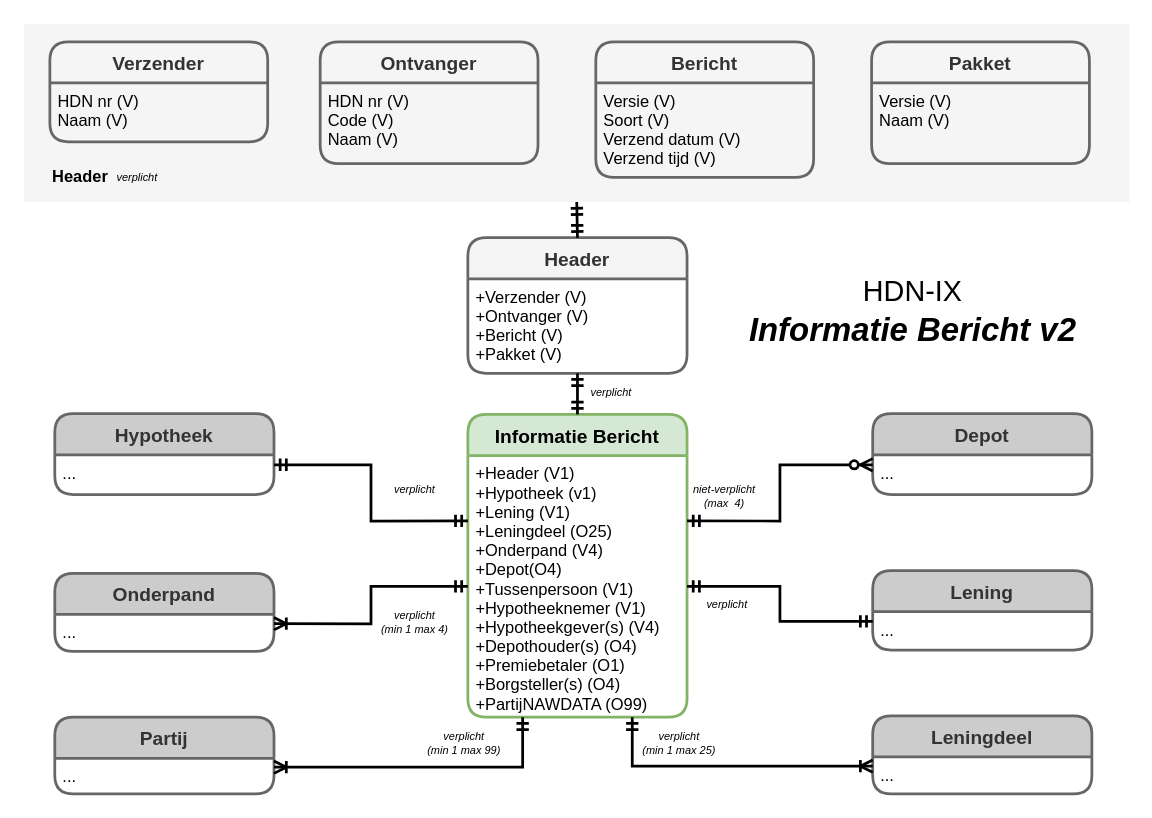
Before: page "IX" (2 of 8) of 3rdParty-HDN.drawio in luchthandel/diagrams, a draw.io diagram. Source tidied: cells renumbered, new cells numbered last; positions are measured from the earlier drawing's top-left corner, leaving out a move shared by most shapes. Both pictures are drawn from the tidied source at 137%, with x=0, y=0 at pixel (23, 23).
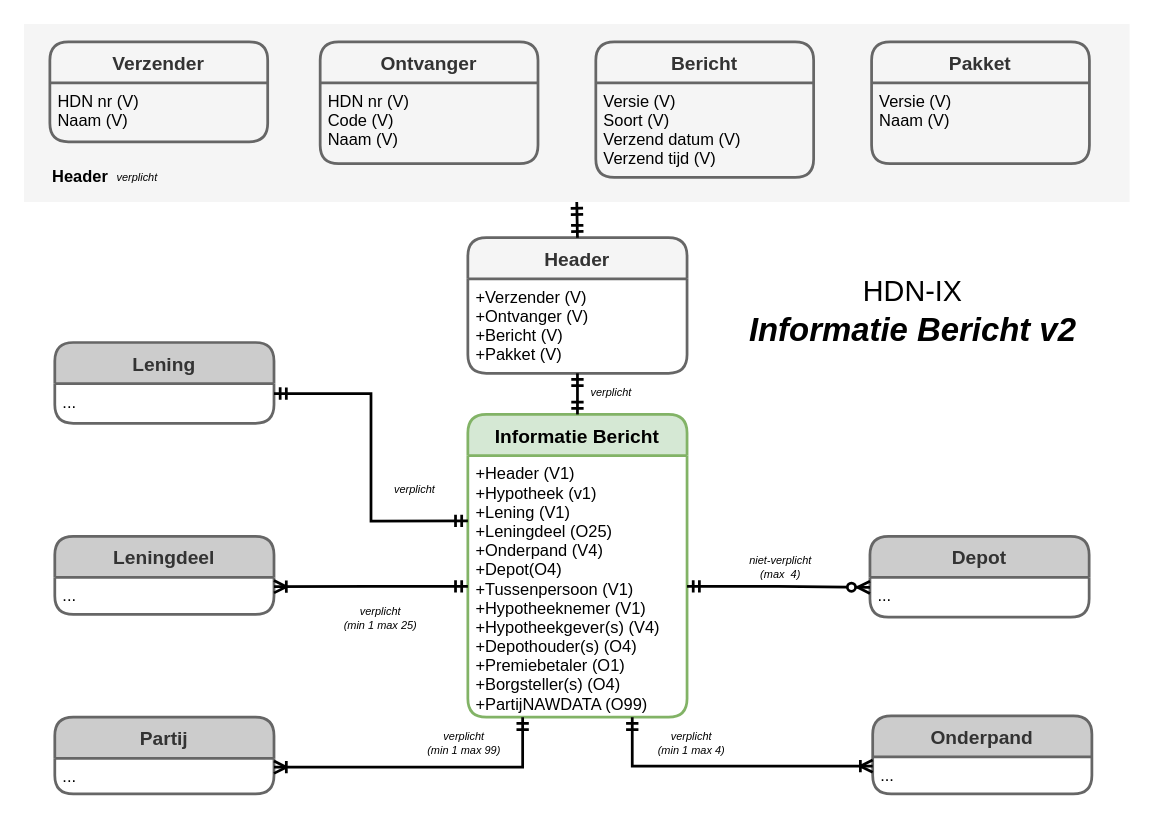
Above is the later version.

The change refers to these unchanged cells:
```xml
<mxCell id="3" value="+Header (V1)&#10;+Hypotheek (v1)&#10;+Lening (V1)&#10;+Leningdeel (O25)&#10;+Onderpand (V4)&#10;+Depot(O4)&#10;+Tussenpersoon (V1)&#10;+Hypotheeknemer (V1)&#10;+Hypotheekgever(s) (V4)&#10;+Depothouder(s) (O4)&#10;+Premiebetaler (O1)&#10;+Borgsteller(s) (O4)&#10;+PartijNAWDATA (O99)" style="align=left;strokeColor=none;fillColor=none;spacingLeft=4;fontSize=12;verticalAlign=top;" parent="2" vertex="1">
  <mxGeometry y="30" width="160" height="191" as="geometry" />
</mxCell>
<mxCell id="10" value="..." style="align=left;strokeColor=none;fillColor=none;spacingLeft=4;fontSize=12;verticalAlign=top;" parent="9" vertex="1">
  <mxGeometry y="30" width="160" height="29" as="geometry" />
</mxCell>
```

What changed in the source:
```diff
@@
-    <mxCell id="7" value="Hypotheek" style="swimlane;horizontal=1;startSize=30;fillColor=#CCCCCC;rounded=1;fontSize=14;fontStyle=1;strokeWidth=2;shadow=0;dashed=0;align=center;strokeColor=#666666;fontColor=#333333;" parent="1" vertex="1">
-      <mxGeometry x="22.5" y="284.5" width="160" height="59" as="geometry" />
+    <mxCell id="7" value="Lening" style="swimlane;horizontal=1;startSize=30;fillColor=#CCCCCC;rounded=1;fontSize=14;fontStyle=1;strokeWidth=2;shadow=0;dashed=0;align=center;strokeColor=#666666;fontColor=#333333;" parent="1" vertex="1">
+      <mxGeometry x="22.5" y="232.5" width="160" height="59" as="geometry" />
     </mxCell>
@@
     <mxCell id="9" value="Depot" style="swimlane;horizontal=1;startSize=30;fillColor=#CCCCCC;rounded=1;fontSize=14;fontStyle=1;strokeWidth=2;shadow=0;dashed=0;align=center;strokeColor=#666666;fontColor=#333333;" parent="1" vertex="1">
-      <mxGeometry x="619.5" y="284.5" width="160" height="59" as="geometry" />
+      <mxGeometry x="617.5" y="374" width="160" height="59" as="geometry" />
     </mxCell>
@@
-    <mxCell id="11" value="Onderpand" style="swimlane;horizontal=1;startSize=30;fillColor=#CCCCCC;rounded=1;fontSize=14;fontStyle=1;strokeWidth=2;shadow=0;dashed=0;align=center;strokeColor=#666666;fontColor=#333333;" parent="1" vertex="1">
-      <mxGeometry x="22.5" y="401" width="160" height="57" as="geometry" />
+    <mxCell id="11" value="Leningdeel" style="swimlane;horizontal=1;startSize=30;fillColor=#CCCCCC;rounded=1;fontSize=14;fontStyle=1;strokeWidth=2;shadow=0;dashed=0;align=center;strokeColor=#666666;fontColor=#333333;" parent="1" vertex="1">
+      <mxGeometry x="22.5" y="374" width="160" height="57" as="geometry" />
     </mxCell>
@@
-    <mxCell id="13" value="Lening" style="swimlane;horizontal=1;startSize=30;fillColor=#CCCCCC;rounded=1;fontSize=14;fontStyle=1;strokeWidth=2;shadow=0;dashed=0;align=center;strokeColor=#666666;fontColor=#333333;" parent="1" vertex="1">
-      <mxGeometry x="619.5" y="399" width="160" height="58" as="geometry" />
-    </mxCell>
-    <mxCell id="14" value="..." style="align=left;strokeColor=none;fillColor=none;spacingLeft=4;fontSize=12;verticalAlign=top;" parent="13" vertex="1">
-      <mxGeometry y="30" width="160" height="28" as="geometry" />
-    </mxCell>
-    <mxCell id="15" value="Leningdeel" style="swimlane;horizontal=1;startSize=30;fillColor=#CCCCCC;rounded=1;fontSize=14;fontStyle=1;strokeWidth=2;shadow=0;dashed=0;align=center;strokeColor=#666666;fontColor=#333333;" parent="1" vertex="1">
+    <mxCell id="15" value="Onderpand" style="swimlane;horizontal=1;startSize=30;fillColor=#CCCCCC;rounded=1;fontSize=14;fontStyle=1;strokeWidth=2;shadow=0;dashed=0;align=center;strokeColor=#666666;fontColor=#333333;" parent="1" vertex="1">
       <mxGeometry x="619.5" y="505" width="160" height="57" as="geometry" />
     </mxCell>
@@
-    <mxCell id="22" style="edgeStyle=orthogonalEdgeStyle;rounded=0;jettySize=auto;html=1;exitX=1;exitY=0.25;exitDx=0;exitDy=0;entryX=0;entryY=0.25;entryDx=0;entryDy=0;startArrow=ERmandOne;startFill=0;endArrow=ERzeroToMany;endFill=1;strokeWidth=2;fontSize=8;" parent="1" edge="1" source="3" target="10">
+    <mxCell id="22" style="edgeStyle=orthogonalEdgeStyle;rounded=0;jettySize=auto;html=1;entryX=0;entryY=0.25;entryDx=0;entryDy=0;startArrow=ERmandOne;startFill=0;endArrow=ERzeroToMany;endFill=1;strokeWidth=2;fontSize=8;" parent="1" edge="1" source="3" target="10">
       <mxGeometry relative="1" as="geometry" />
     </mxCell>
-    <mxCell id="23" style="edgeStyle=orthogonalEdgeStyle;rounded=0;jettySize=auto;html=1;exitX=0;exitY=0.25;exitDx=0;exitDy=0;startArrow=ERmandOne;startFill=0;endArrow=ERmandOne;endFill=0;strokeWidth=2;fontSize=8;" parent="1" edge="1" source="14" target="3">
-      <mxGeometry relative="1" as="geometry" />
-    </mxCell>
@@
     <mxCell id="27" value="verplicht&lt;br&gt;(min 1 max 4)" style="text;html=1;fontStyle=2;fontSize=8;align=center;" parent="1" vertex="1">
-      <mxGeometry x="259.5" y="421" width="50" height="30" as="geometry" />
+      <mxGeometry x="462" y="509" width="50" height="30" as="geometry" />
     </mxCell>
     <mxCell id="28" value="verplicht&lt;br&gt;(min 1 max 25)" style="text;html=1;fontStyle=2;fontSize=8;align=center;" parent="1" vertex="1">
-      <mxGeometry x="453" y="509" width="50" height="30" as="geometry" />
+      <mxGeometry x="234.5" y="418" width="50" height="30" as="geometry" />
     </mxCell>
@@
     <mxCell id="30" value="niet-verplicht&lt;br&gt;(max&amp;nbsp; 4)" style="text;html=1;fontStyle=2;fontSize=8;align=center;" parent="1" vertex="1">
-      <mxGeometry x="486" y="329" width="50" height="30" as="geometry" />
+      <mxGeometry x="526.5" y="380.5" width="50" height="30" as="geometry" />
     </mxCell>
-    <mxCell id="31" value="verplicht" style="text;html=1;fontStyle=2;fontSize=8;align=center;" parent="1" vertex="1">
-      <mxGeometry x="479" y="413" width="67" height="30" as="geometry" />
-    </mxCell>
```
